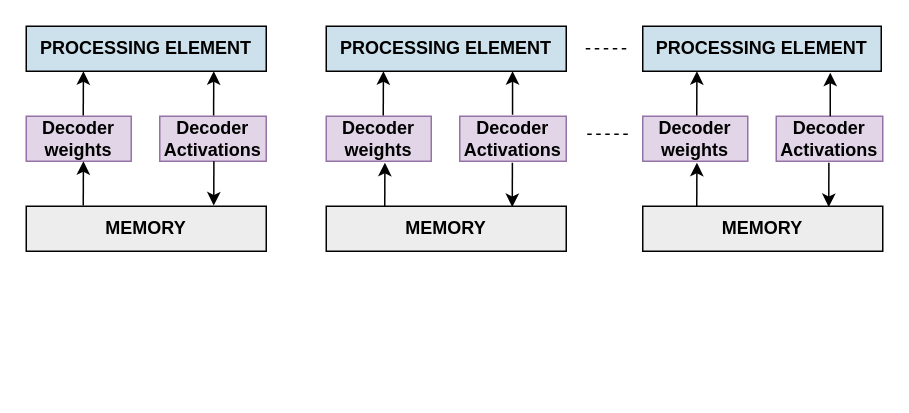
This is High_level_archi.drawio from Nithyarajoman/Drawio-figures, a draw.io file, before an edit. Source tidied: cells renumbered, new cells numbered last; positions are measured from the earlier drawing's top-left corner, leaving out a move shared by most shapes. Both pictures are drawn from the tidied source at 150%, with x=0, y=0 at pixel (26, 26).
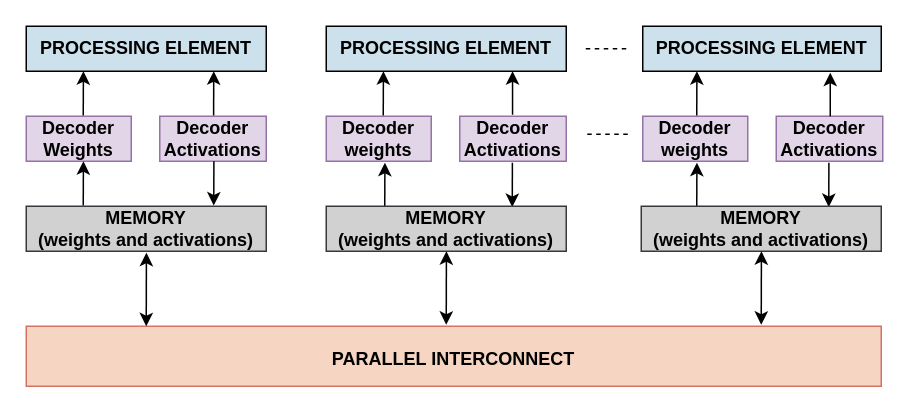
The same page after the edit.

What changed in the source:
```diff
@@
-    <mxCell id="6" value="&lt;b&gt;Decoder&lt;/b&gt;&lt;div&gt;&lt;b&gt;weights&lt;/b&gt;&lt;/div&gt;" style="whiteSpace=wrap;html=1;fillColor=#e1d5e7;strokeColor=#9673a6;" parent="1" vertex="1">
+    <mxCell id="6" value="&lt;b&gt;Decoder&lt;/b&gt;&lt;div&gt;&lt;b&gt;Weights&lt;/b&gt;&lt;/div&gt;" style="whiteSpace=wrap;html=1;fillColor=#e1d5e7;strokeColor=#9673a6;" parent="1" vertex="1">
       <mxGeometry y="60" width="70" height="30" as="geometry" />
     </mxCell>
@@
-    <mxCell id="16" value="&lt;p style=&quot;line-height: 460%;&quot;&gt;&lt;b style=&quot;&quot;&gt;&lt;font style=&quot;font-size: 12px;&quot;&gt;MEMORY&lt;/font&gt;&lt;/b&gt;&lt;/p&gt;" style="rounded=0;whiteSpace=wrap;html=1;fillColor=light-dark(#ededed, #1f2f1e);strokeColor=light-dark(#030303, #446e2c);fontSize=10;" parent="1" vertex="1">
-      <mxGeometry y="120" width="160" height="30" as="geometry" />
-    </mxCell>
-    <mxCell id="17" value="&lt;p style=&quot;line-height: 460%;&quot;&gt;&lt;b style=&quot;&quot;&gt;&lt;font style=&quot;font-size: 12px;&quot;&gt;MEMORY&lt;/font&gt;&lt;/b&gt;&lt;/p&gt;" style="rounded=0;whiteSpace=wrap;html=1;fillColor=light-dark(#ededed, #1f2f1e);strokeColor=light-dark(#030303, #446e2c);fontSize=10;" parent="1" vertex="1">
-      <mxGeometry x="200" y="120" width="160" height="30" as="geometry" />
-    </mxCell>
-    <mxCell id="18" value="&lt;p style=&quot;line-height: 460%;&quot;&gt;&lt;b style=&quot;&quot;&gt;&lt;font style=&quot;font-size: 12px;&quot;&gt;MEMORY&lt;/font&gt;&lt;/b&gt;&lt;/p&gt;" style="rounded=0;whiteSpace=wrap;html=1;fillColor=light-dark(#ededed, #1f2f1e);strokeColor=light-dark(#030303, #446e2c);fontSize=10;" parent="1" vertex="1">
-      <mxGeometry x="411" y="120" width="160" height="30" as="geometry" />
-    </mxCell>
@@
+    <mxCell id="28" value="&lt;span style=&quot;font-size: 12px;&quot;&gt;&lt;b&gt;PARALLEL INTERCONNECT&lt;/b&gt;&lt;/span&gt;" style="rounded=0;whiteSpace=wrap;html=1;fillColor=#F6D6C2;strokeColor=#D47264;fontSize=15;" parent="1" vertex="1">
+      <mxGeometry y="200" width="570" height="40" as="geometry" />
+    </mxCell>
+    <mxCell id="29" value="&lt;b&gt;MEMORY&lt;/b&gt;&lt;div&gt;&lt;b&gt;(weights and activations)&lt;/b&gt;&lt;/div&gt;" style="whiteSpace=wrap;html=1;fillColor=light-dark(#d1d1d1, #202020);strokeColor=#36393d;" parent="1" vertex="1">
+      <mxGeometry y="120" width="160" height="30" as="geometry" />
+    </mxCell>
+    <mxCell id="30" value="&lt;b&gt;MEMORY&lt;/b&gt;&lt;div&gt;&lt;b&gt;(weights and activations)&lt;/b&gt;&lt;/div&gt;" style="whiteSpace=wrap;html=1;fillColor=light-dark(#d1d1d1, #202020);strokeColor=#36393d;" parent="1" vertex="1">
+      <mxGeometry x="200" y="120" width="160" height="30" as="geometry" />
+    </mxCell>
+    <mxCell id="31" value="&lt;b&gt;MEMORY&lt;/b&gt;&lt;div&gt;&lt;b&gt;(weights and activations)&lt;/b&gt;&lt;/div&gt;" style="whiteSpace=wrap;html=1;fillColor=light-dark(#d1d1d1, #202020);strokeColor=#36393d;" parent="1" vertex="1">
+      <mxGeometry x="410" y="120" width="160" height="30" as="geometry" />
+    </mxCell>
+    <mxCell id="32" style="endArrow=classic;startArrow=classic;html=1;rounded=0;entryX=0.75;entryY=1;entryDx=0;entryDy=0;startFill=1;" parent="1" edge="1">
+      <mxGeometry relative="1" as="geometry">
+        <mxPoint x="80" y="200" as="sourcePoint" />
+        <mxPoint x="80.1" y="151" as="targetPoint" />
+      </mxGeometry>
+    </mxCell>
+    <mxCell id="33" style="endArrow=classic;startArrow=classic;html=1;rounded=0;entryX=0.75;entryY=1;entryDx=0;entryDy=0;startFill=1;" parent="1" edge="1">
+      <mxGeometry relative="1" as="geometry">
+        <mxPoint x="280" y="199" as="sourcePoint" />
+        <mxPoint x="280.1" y="150" as="targetPoint" />
+      </mxGeometry>
+    </mxCell>
+    <mxCell id="34" style="endArrow=classic;startArrow=classic;html=1;rounded=0;entryX=0.75;entryY=1;entryDx=0;entryDy=0;startFill=1;" parent="1" edge="1">
+      <mxGeometry relative="1" as="geometry">
+        <mxPoint x="490" y="199" as="sourcePoint" />
+        <mxPoint x="490.1" y="150" as="targetPoint" />
+      </mxGeometry>
+    </mxCell>
```
